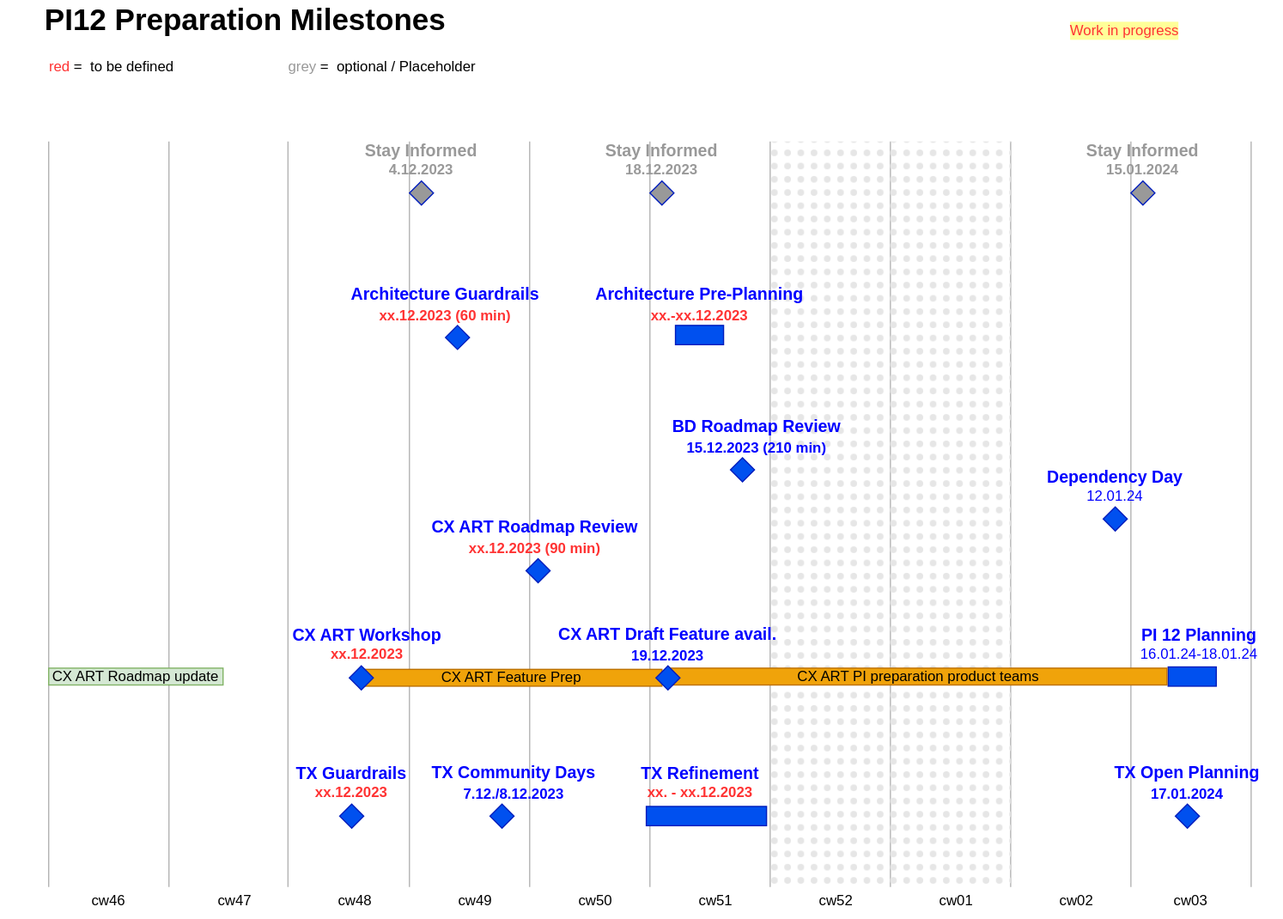
Before: PI12-Preparation-Timeline.drawio.svg, a diagram exported from draw.io (mabige/scratchpad). Source tidied: cells renumbered, new cells last; positions are measured from the earlier drawing's top-left corner, leaving out a move shared by most shapes.
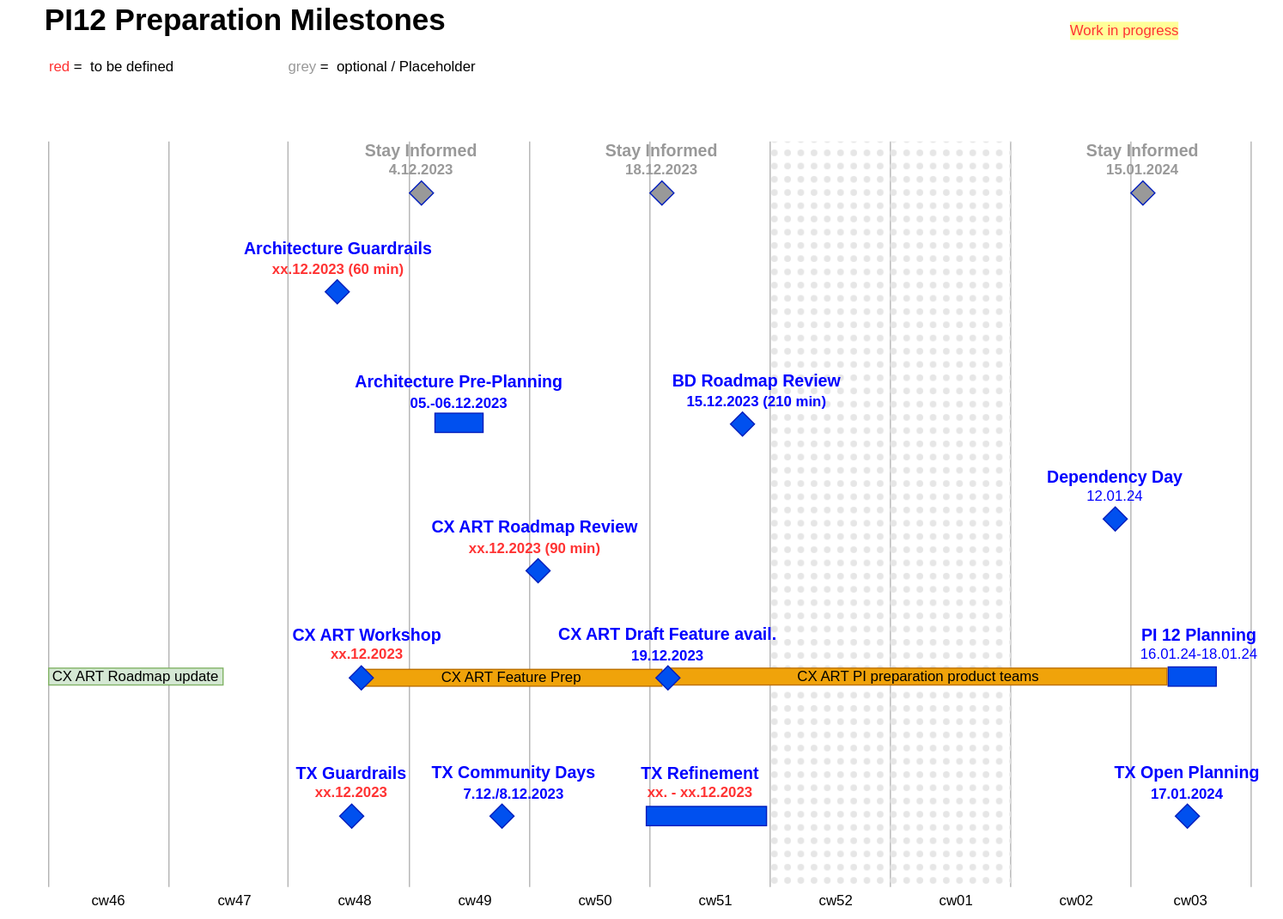
Above is the later version.

Commit message:
Arc Pre-planning updated

The edit, as a diff of the source:
```diff
@@ -138,10 +138,10 @@
       <mxGeometry x="940" y="150" width="20" height="20" as="geometry" />
     </mxCell>
     <mxCell id="36" value="&lt;div style=&quot;font-size: 14px;&quot;&gt;Architecture Guardrails&lt;font style=&quot;font-size: 14px;&quot;&gt;&lt;br&gt;&lt;/font&gt;&lt;font color=&quot;#ff3333&quot; style=&quot;font-size: 12px;&quot;&gt;xx.12.2023&lt;font style=&quot;font-size: 12px;&quot;&gt; (60 min)&lt;br&gt;&lt;/font&gt;&lt;/font&gt;&lt;/div&gt;" style="text;html=1;strokeColor=none;fillColor=none;align=center;verticalAlign=middle;whiteSpace=wrap;rounded=0;fontStyle=1;fontColor=#0000FF;" parent="1" vertex="1">
-      <mxGeometry x="285" y="237" width="170" height="30" as="geometry" />
+      <mxGeometry x="196" y="199" width="170" height="30" as="geometry" />
     </mxCell>
     <mxCell id="37" style="rhombus;whiteSpace=wrap;html=1;fillColor=#0050ef;fontColor=#ffffff;strokeColor=#001DBC;" parent="1" vertex="1">
-      <mxGeometry x="370" y="270" width="20" height="20" as="geometry" />
+      <mxGeometry x="270" y="232" width="20" height="20" as="geometry" />
     </mxCell>
     <mxCell id="38" value="&lt;div style=&quot;font-size: 14px;&quot;&gt;&lt;font style=&quot;font-size: 14px;&quot;&gt;CX ART Roadmap Review&lt;br&gt;&lt;/font&gt;&lt;font color=&quot;#ff3333&quot; style=&quot;font-size: 12px;&quot;&gt;xx.12.2023&lt;font style=&quot;font-size: 12px;&quot;&gt; (90 min)&lt;br&gt;&lt;/font&gt;&lt;/font&gt;&lt;/div&gt;" style="text;html=1;strokeColor=none;fillColor=none;align=center;verticalAlign=middle;whiteSpace=wrap;rounded=0;fontStyle=1;fontColor=#0000FF;" parent="1" vertex="1">
       <mxGeometry x="347" y="431" width="195" height="30" as="geometry" />
@@ -150,13 +150,13 @@
       <mxGeometry x="437" y="464" width="20" height="20" as="geometry" />
     </mxCell>
     <mxCell id="40" value="&lt;div style=&quot;font-size: 14px;&quot;&gt;BD Roadmap Review&lt;font style=&quot;font-size: 14px;&quot;&gt;&lt;br&gt;&lt;/font&gt;&lt;font style=&quot;font-size: 12px;&quot;&gt;15.12.2023&lt;font style=&quot;font-size: 12px;&quot;&gt; (210 min)&lt;br&gt;&lt;/font&gt;&lt;/font&gt;&lt;/div&gt;" style="text;html=1;strokeColor=none;fillColor=none;align=center;verticalAlign=middle;whiteSpace=wrap;rounded=0;fontStyle=1;fontColor=#0000FF;" parent="1" vertex="1">
-      <mxGeometry x="534.5" y="347" width="187.5" height="30" as="geometry" />
+      <mxGeometry x="534.5" y="309" width="187.5" height="30" as="geometry" />
     </mxCell>
     <mxCell id="41" style="rhombus;whiteSpace=wrap;html=1;fillColor=#0050ef;fontColor=#ffffff;strokeColor=#001DBC;" parent="1" vertex="1">
-      <mxGeometry x="607" y="380" width="20" height="20" as="geometry" />
+      <mxGeometry x="607" y="342" width="20" height="20" as="geometry" />
     </mxCell>
-    <mxCell id="42" value="&lt;div style=&quot;font-size: 14px;&quot;&gt;Architecture Pre-Planning&lt;font style=&quot;font-size: 14px;&quot;&gt;&lt;br&gt;&lt;/font&gt;&lt;font color=&quot;#ff3333&quot; style=&quot;font-size: 12px;&quot;&gt;xx.-xx.12.2023&lt;font style=&quot;font-size: 12px;&quot;&gt;&lt;br&gt;&lt;/font&gt;&lt;/font&gt;&lt;/div&gt;" style="text;html=1;strokeColor=none;fillColor=none;align=center;verticalAlign=middle;whiteSpace=wrap;rounded=0;fontStyle=1;fontColor=#0000FF;" parent="1" vertex="1">
-      <mxGeometry x="485" y="237" width="192.5" height="30" as="geometry" />
+    <mxCell id="42" value="&lt;div style=&quot;font-size: 14px;&quot;&gt;Architecture Pre-Planning&lt;font style=&quot;font-size: 14px;&quot;&gt;&lt;br&gt;&lt;/font&gt;&lt;font style=&quot;font-size: 12px;&quot;&gt;05.-06.12.2023&lt;/font&gt;&lt;font style=&quot;font-size: 12px;&quot;&gt;&lt;font style=&quot;font-size: 12px;&quot;&gt;&lt;br&gt;&lt;/font&gt;&lt;/font&gt;&lt;/div&gt;" style="text;html=1;strokeColor=none;fillColor=none;align=center;verticalAlign=middle;whiteSpace=wrap;rounded=0;fontStyle=1;fontColor=#0000FF;" parent="1" vertex="1">
+      <mxGeometry x="285" y="310" width="192.5" height="30" as="geometry" />
     </mxCell>
     <mxCell id="43" value="&lt;div style=&quot;font-size: 14px;&quot;&gt;TX Open Planning&lt;font style=&quot;font-size: 14px;&quot;&gt;&lt;br&gt;&lt;/font&gt;&lt;font style=&quot;font-size: 12px;&quot;&gt;17.01.2024&lt;font style=&quot;font-size: 12px;&quot;&gt;&lt;br&gt;&lt;/font&gt;&lt;/font&gt;&lt;/div&gt;" style="text;html=1;strokeColor=none;fillColor=none;align=center;verticalAlign=middle;whiteSpace=wrap;rounded=0;fontStyle=1;fontColor=#0000FF;" parent="1" vertex="1">
       <mxGeometry x="907" y="635" width="160" height="30" as="geometry" />
@@ -189,7 +189,7 @@
       <mxGeometry x="35" width="490" height="30" as="geometry" />
     </mxCell>
     <mxCell id="53" style="rounded=0;whiteSpace=wrap;html=1;fillColor=#0050ef;fontColor=#ffffff;strokeColor=#001DBC;" parent="1" vertex="1">
-      <mxGeometry x="561.2" y="270" width="40" height="16" as="geometry" />
+      <mxGeometry x="361.2" y="343" width="40" height="16" as="geometry" />
     </mxCell>
     <mxCell id="54" style="rounded=0;whiteSpace=wrap;html=1;fillColor=#0050ef;fontColor=#ffffff;strokeColor=#001DBC;" parent="1" vertex="1">
       <mxGeometry x="537" y="670" width="100" height="16" as="geometry" />
```
